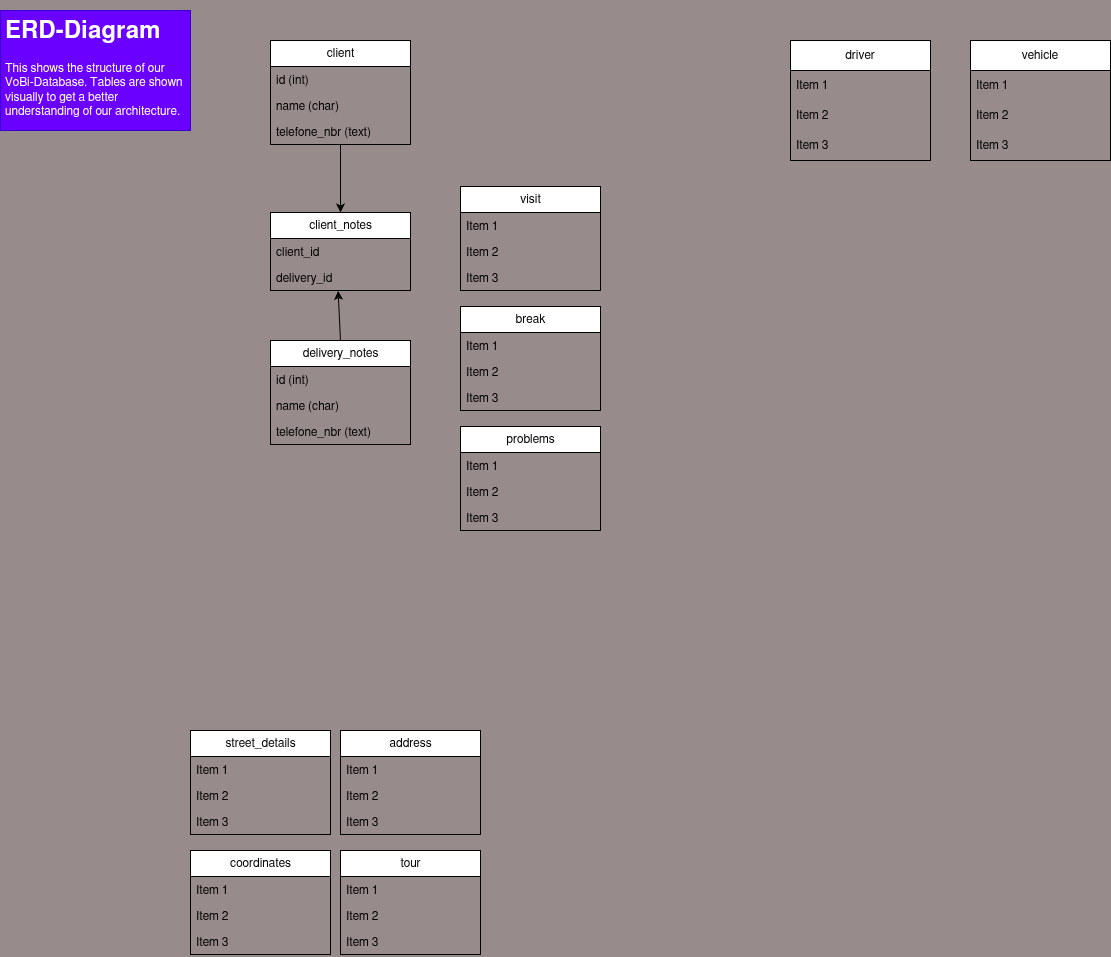
Earlier version of the draw.io export docs/database/database_erd.drawio.png (gabrielbindi/VoBi-Tour). Source tidied: cells renumbered, new cells last; positions are measured from the earlier drawing's top-left corner, leaving out a move shared by most shapes.
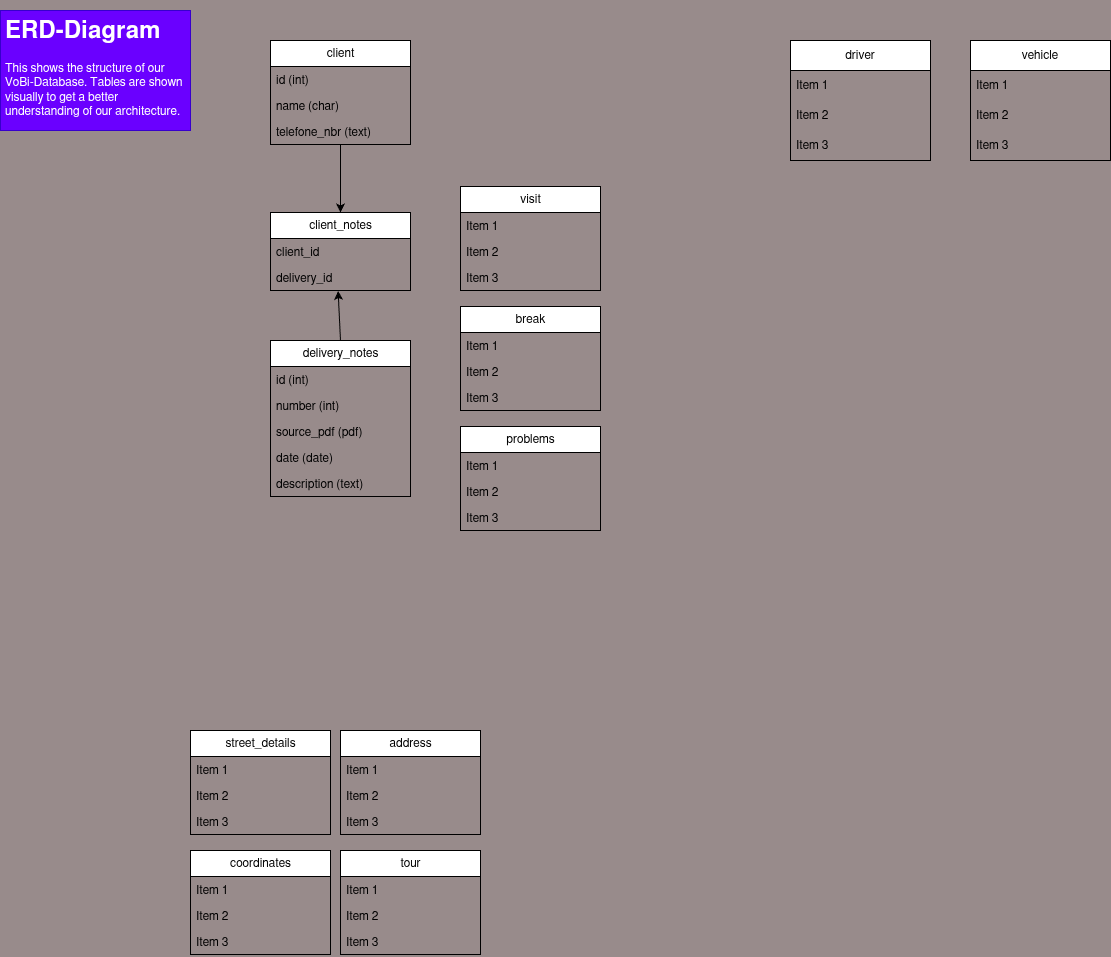
The same diagram one commit later.

Commit message:
#15 client-> notes correction

Change to the diagram source:
```diff
@@ -141,16 +141,22 @@
       <mxGeometry relative="1" as="geometry" />
     </mxCell>
     <mxCell id="48" value="delivery_notes" style="swimlane;fontStyle=0;horizontal=1;startSize=26;html=1;" parent="1" vertex="1">
-      <mxGeometry x="270" y="330" width="140" height="104" as="geometry" />
+      <mxGeometry x="270" y="330" width="140" height="156" as="geometry" />
     </mxCell>
     <mxCell id="49" value="id (int)" style="text;strokeColor=none;fillColor=none;align=left;verticalAlign=top;spacingLeft=4;spacingRight=4;overflow=hidden;whiteSpace=wrap;html=1;" parent="48" vertex="1">
       <mxGeometry y="26" width="140" height="26" as="geometry" />
     </mxCell>
-    <mxCell id="50" value="name (char)" style="text;strokeColor=none;fillColor=none;align=left;verticalAlign=top;spacingLeft=4;spacingRight=4;overflow=hidden;whiteSpace=wrap;html=1;" parent="48" vertex="1">
+    <mxCell id="50" value="number (int)" style="text;strokeColor=none;fillColor=none;align=left;verticalAlign=top;spacingLeft=4;spacingRight=4;overflow=hidden;whiteSpace=wrap;html=1;" parent="48" vertex="1">
       <mxGeometry y="52" width="140" height="26" as="geometry" />
     </mxCell>
-    <mxCell id="51" value="telefone_nbr (text)" style="text;strokeColor=none;fillColor=none;align=left;verticalAlign=top;spacingLeft=4;spacingRight=4;overflow=hidden;whiteSpace=wrap;html=1;" parent="48" vertex="1">
+    <mxCell id="51" value="source_pdf (pdf)" style="text;strokeColor=none;fillColor=none;align=left;verticalAlign=top;spacingLeft=4;spacingRight=4;overflow=hidden;whiteSpace=wrap;html=1;" parent="48" vertex="1">
       <mxGeometry y="78" width="140" height="26" as="geometry" />
     </mxCell>
+    <mxCell id="52" value="date (date)" style="text;strokeColor=none;fillColor=none;align=left;verticalAlign=top;spacingLeft=4;spacingRight=4;overflow=hidden;whiteSpace=wrap;html=1;" parent="48" vertex="1">
+      <mxGeometry y="104" width="140" height="26" as="geometry" />
+    </mxCell>
+    <mxCell id="53" value="description (text)" style="text;strokeColor=none;fillColor=none;align=left;verticalAlign=top;spacingLeft=4;spacingRight=4;overflow=hidden;whiteSpace=wrap;html=1;" parent="48" vertex="1">
+      <mxGeometry y="130" width="140" height="26" as="geometry" />
+    </mxCell>
   </root>
 </mxGraphModel>
```
